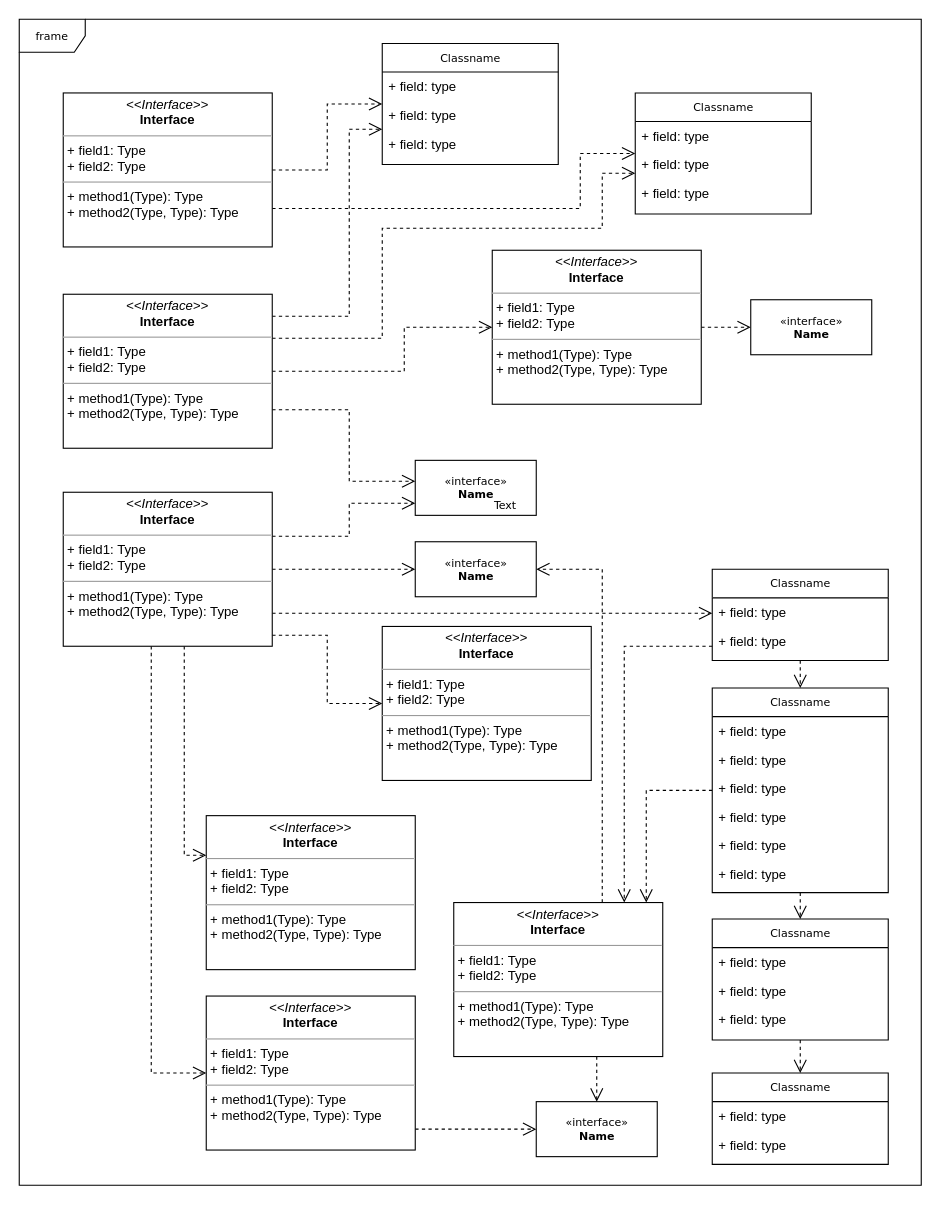
JeanVillamar/PORTAL keeps this draw.io diagram as Diagrama sin título.drawio. Above is the earlier version. Source tidied: cells renumbered, new cells numbered last; positions are measured from the earlier drawing's top-left corner, leaving out a move shared by most shapes. Both pictures are drawn from the tidied source at 110%, with x=0, y=0 at pixel (19, 19).
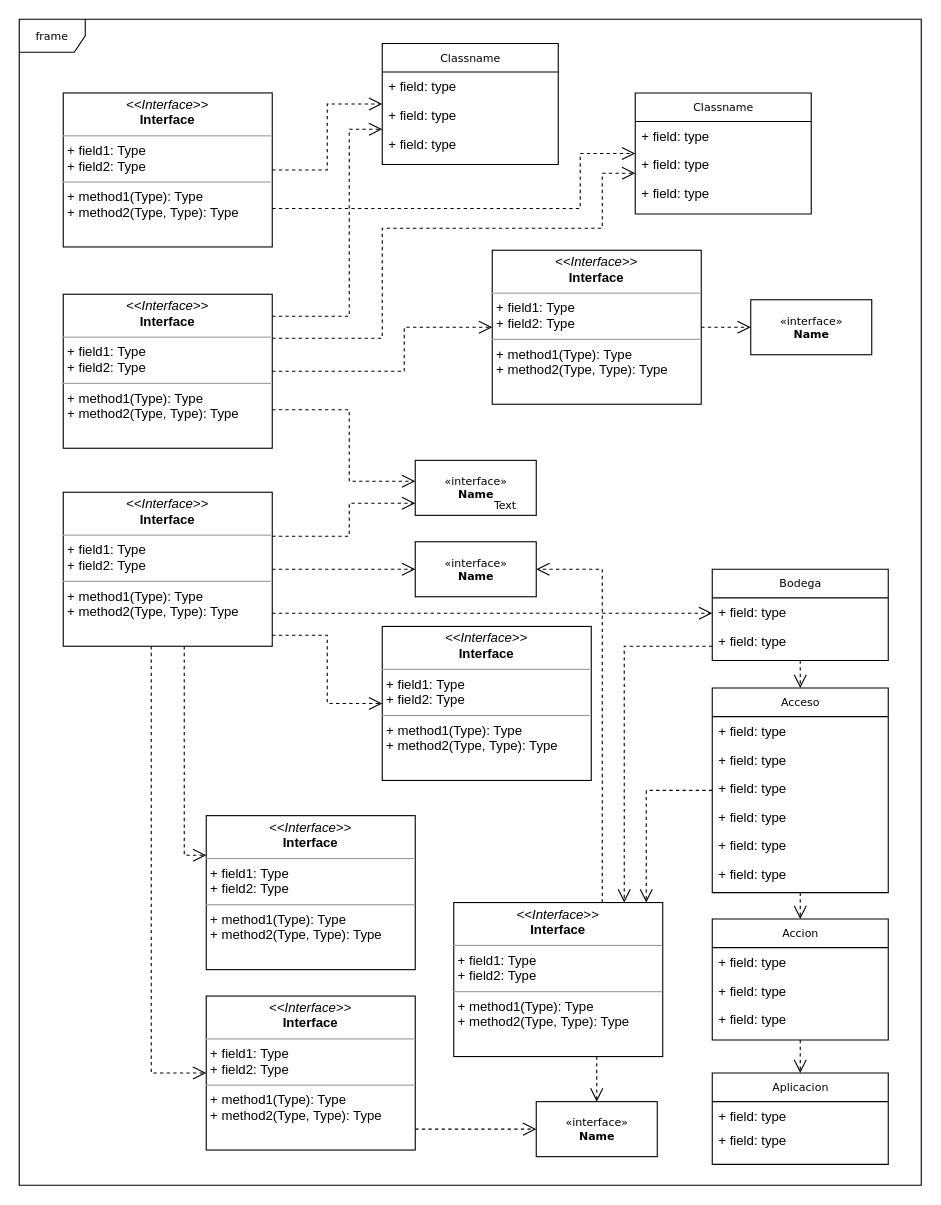
The same diagram, later.

Change to the diagram source:
```diff
@@
-    <mxCell id="5" value="Classname" style="swimlane;html=1;fontStyle=0;horizontal=1;startSize=26;fillColor=none;swimlaneFillColor=#ffffff;rounded=0;shadow=0;comic=0;labelBackgroundColor=none;strokeWidth=1;fontFamily=Verdana;fontSize=10;align=center;" parent="1" vertex="1">
+    <mxCell id="5" value="Acceso" style="swimlane;html=1;fontStyle=0;horizontal=1;startSize=26;fillColor=none;swimlaneFillColor=#ffffff;rounded=0;shadow=0;comic=0;labelBackgroundColor=none;strokeWidth=1;fontFamily=Verdana;fontSize=10;align=center;" parent="1" vertex="1">
       <mxGeometry x="630" y="608" width="160" height="186" as="geometry" />
     </mxCell>
@@
-    <mxCell id="20" value="Classname" style="swimlane;html=1;fontStyle=0;horizontal=1;startSize=26;fillColor=none;swimlaneFillColor=#ffffff;rounded=0;shadow=0;comic=0;labelBackgroundColor=none;strokeWidth=1;fontFamily=Verdana;fontSize=10;align=center;" parent="1" vertex="1">
+    <mxCell id="20" value="Aplicacion" style="swimlane;html=1;fontStyle=0;horizontal=1;startSize=26;fillColor=none;swimlaneFillColor=#ffffff;rounded=0;shadow=0;comic=0;labelBackgroundColor=none;strokeWidth=1;fontFamily=Verdana;fontSize=10;align=center;" parent="1" vertex="1">
       <mxGeometry x="630" y="958" width="160" height="83" as="geometry" />
     </mxCell>
     <mxCell id="21" value="+ field: type" style="text;html=1;strokeColor=none;fillColor=none;align=left;verticalAlign=top;spacingLeft=4;spacingRight=4;whiteSpace=wrap;overflow=hidden;" parent="20" vertex="1">
-      <mxGeometry y="26" width="160" height="26" as="geometry" />
+      <mxGeometry y="26" width="160" height="22" as="geometry" />
     </mxCell>
     <mxCell id="22" value="+ field: type" style="text;html=1;strokeColor=none;fillColor=none;align=left;verticalAlign=top;spacingLeft=4;spacingRight=4;whiteSpace=wrap;overflow=hidden;" parent="20" vertex="1">
-      <mxGeometry y="52" width="160" height="26" as="geometry" />
+      <mxGeometry y="48" width="160" height="26" as="geometry" />
     </mxCell>
@@
-    <mxCell id="24" value="Classname" style="swimlane;html=1;fontStyle=0;horizontal=1;startSize=26;fillColor=none;swimlaneFillColor=#ffffff;rounded=0;shadow=0;comic=0;labelBackgroundColor=none;strokeWidth=1;fontFamily=Verdana;fontSize=10;align=center;" parent="1" vertex="1">
+    <mxCell id="24" value="Accion" style="swimlane;html=1;fontStyle=0;horizontal=1;startSize=26;fillColor=none;swimlaneFillColor=#ffffff;rounded=0;shadow=0;comic=0;labelBackgroundColor=none;strokeWidth=1;fontFamily=Verdana;fontSize=10;align=center;" parent="1" vertex="1">
       <mxGeometry x="630" y="818" width="160" height="110" as="geometry" />
     </mxCell>
@@
-    <mxCell id="29" value="Classname" style="swimlane;html=1;fontStyle=0;horizontal=1;startSize=26;fillColor=none;swimlaneFillColor=#ffffff;rounded=0;shadow=0;comic=0;labelBackgroundColor=none;strokeWidth=1;fontFamily=Verdana;fontSize=10;align=center;" parent="1" vertex="1">
+    <mxCell id="29" value="Bodega" style="swimlane;html=1;fontStyle=0;horizontal=1;startSize=26;fillColor=none;swimlaneFillColor=#ffffff;rounded=0;shadow=0;comic=0;labelBackgroundColor=none;strokeWidth=1;fontFamily=Verdana;fontSize=10;align=center;" parent="1" vertex="1">
       <mxGeometry x="630" y="500" width="160" height="83" as="geometry" />
     </mxCell>
```
